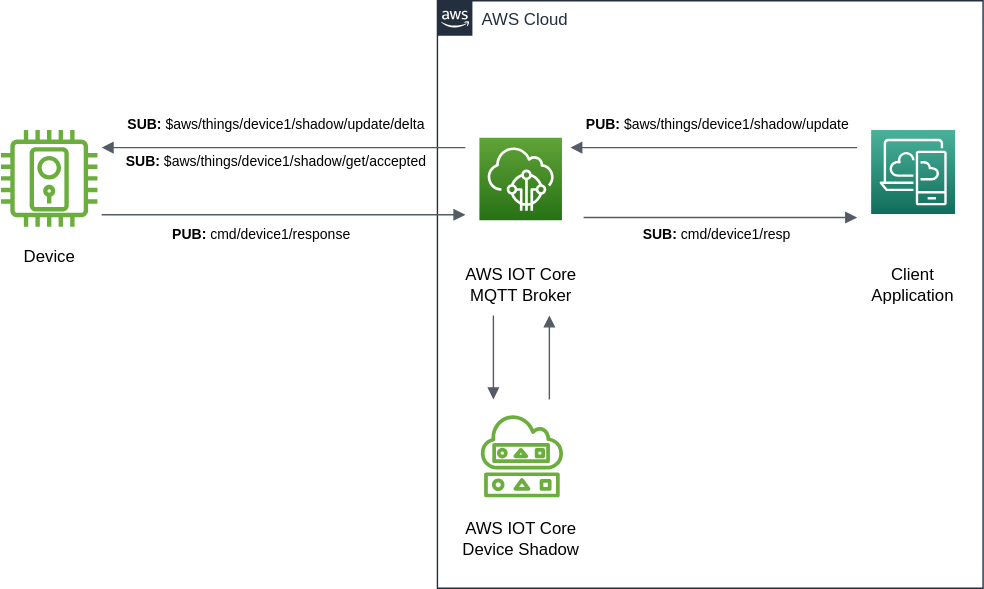
Earlier version of the draw.io export src/hugo/content/en-us/implementations/aws/command/command2/architecture2.svg (aws/iot-atlas). Source tidied: cells renumbered, new cells last; positions are measured from the earlier drawing's top-left corner, leaving out a move shared by most shapes. Source of this version:
```xml
<mxGraphModel>
  <root>
    <mxCell id="0" />
    <mxCell id="1" parent="0" />
    <mxCell id="2" value="AWS Cloud" style="gradientColor=none;html=1;whiteSpace=wrap;fontSize=12;fontStyle=0;shape=mxgraph.aws4.group;grIcon=mxgraph.aws4.group_aws_cloud_alt;strokeColor=#232F3E;fillColor=none;verticalAlign=top;align=left;spacingLeft=30;fontColor=#232F3E;dashed=0;" parent="1" vertex="1">
      <mxGeometry x="312" width="390" height="420" as="geometry" />
    </mxCell>
    <mxCell id="3" style="sketch=0;fontColor=#232F3E;gradientColor=none;fillColor=#6CAE3E;strokeColor=none;dashed=0;verticalLabelPosition=bottom;verticalAlign=top;align=center;html=1;fontSize=12;fontStyle=0;shape=mxgraph.aws4.door_lock;" parent="1" vertex="1">
      <mxGeometry y="92.5" width="69" height="69" as="geometry" />
    </mxCell>
    <mxCell id="4" style="sketch=0;fontColor=#232F3E;gradientColor=#60A337;gradientDirection=north;fillColor=#277116;strokeColor=#ffffff;dashed=0;verticalLabelPosition=bottom;verticalAlign=top;align=center;html=1;fontSize=12;fontStyle=0;shape=mxgraph.aws4.resourceIcon;resIcon=mxgraph.aws4.iot_core;" parent="1" vertex="1">
      <mxGeometry x="342" y="98" width="59" height="59" as="geometry" />
    </mxCell>
    <mxCell id="5" style="sketch=0;fontColor=#232F3E;gradientColor=none;fillColor=#6CAE3E;strokeColor=none;dashed=0;verticalLabelPosition=bottom;verticalAlign=top;align=center;html=1;fontSize=12;fontStyle=0;shape=mxgraph.aws4.shadow;" parent="1" vertex="1">
      <mxGeometry x="342" y="295" width="60.8" height="60" as="geometry" />
    </mxCell>
    <mxCell id="6" style="sketch=0;fontColor=#232F3E;gradientColor=#4AB29A;gradientDirection=north;fillColor=#116D5B;strokeColor=#ffffff;dashed=0;verticalLabelPosition=bottom;verticalAlign=top;align=center;html=1;fontSize=12;fontStyle=0;shape=mxgraph.aws4.resourceIcon;resIcon=mxgraph.aws4.desktop_and_app_streaming;" parent="1" vertex="1">
      <mxGeometry x="622" y="92.5" width="60" height="60" as="geometry" />
    </mxCell>
    <mxCell id="7" style="edgeStyle=orthogonalEdgeStyle;html=1;endArrow=none;elbow=vertical;startArrow=block;startFill=1;strokeColor=#545B64;rounded=0;" parent="1" edge="1">
      <mxGeometry relative="1" as="geometry">
        <mxPoint x="407" y="105" as="sourcePoint" />
        <mxPoint x="612" y="105" as="targetPoint" />
      </mxGeometry>
    </mxCell>
    <mxCell id="8" style="edgeStyle=orthogonalEdgeStyle;html=1;endArrow=none;elbow=vertical;startArrow=block;startFill=1;strokeColor=#545B64;rounded=0;" parent="1" edge="1">
      <mxGeometry relative="1" as="geometry">
        <mxPoint x="352" y="285" as="sourcePoint" />
        <mxPoint x="352" y="225" as="targetPoint" />
        <Array as="points">
          <mxPoint x="352" y="245" />
          <mxPoint x="352" y="245" />
        </Array>
      </mxGeometry>
    </mxCell>
    <mxCell id="9" style="edgeStyle=orthogonalEdgeStyle;html=1;endArrow=none;elbow=vertical;startArrow=block;startFill=1;strokeColor=#545B64;rounded=0;" parent="1" edge="1">
      <mxGeometry relative="1" as="geometry">
        <mxPoint x="72" y="105" as="sourcePoint" />
        <mxPoint x="332" y="105" as="targetPoint" />
      </mxGeometry>
    </mxCell>
    <mxCell id="10" style="edgeStyle=orthogonalEdgeStyle;html=1;endArrow=block;elbow=vertical;startArrow=none;endFill=1;strokeColor=#545B64;rounded=0;" parent="1" edge="1">
      <mxGeometry relative="1" as="geometry">
        <mxPoint x="72" y="153" as="sourcePoint" />
        <mxPoint x="332" y="153" as="targetPoint" />
        <Array as="points">
          <mxPoint x="172" y="153" />
          <mxPoint x="172" y="153" />
        </Array>
      </mxGeometry>
    </mxCell>
    <mxCell id="11" style="edgeStyle=orthogonalEdgeStyle;html=1;endArrow=block;elbow=vertical;startArrow=none;endFill=1;strokeColor=#545B64;rounded=0;" parent="1" edge="1">
      <mxGeometry relative="1" as="geometry">
        <mxPoint x="392" y="285" as="sourcePoint" />
        <mxPoint x="392" y="225" as="targetPoint" />
      </mxGeometry>
    </mxCell>
    <mxCell id="12" style="edgeStyle=orthogonalEdgeStyle;html=1;endArrow=block;elbow=vertical;startArrow=none;endFill=1;strokeColor=#545B64;rounded=0;" parent="1" edge="1">
      <mxGeometry relative="1" as="geometry">
        <mxPoint x="416.5" y="155" as="sourcePoint" />
        <mxPoint x="612" y="155" as="targetPoint" />
      </mxGeometry>
    </mxCell>
    <mxCell id="13" value="&lt;b style=&quot;font-size: 10px;&quot;&gt;PUB:&lt;/b&gt; $aws/things/device1/shadow/update" style="text;html=1;strokeColor=none;fillColor=none;align=center;verticalAlign=middle;whiteSpace=wrap;rounded=0;fontSize=10;" parent="1" vertex="1">
      <mxGeometry x="416.5" y="78" width="191" height="20" as="geometry" />
    </mxCell>
    <mxCell id="14" value="&lt;b style=&quot;font-size: 10px;&quot;&gt;SUB:&lt;/b&gt;&amp;nbsp;$aws/things/device1/shadow/update/delta" style="text;html=1;strokeColor=none;fillColor=none;align=center;verticalAlign=middle;whiteSpace=wrap;rounded=0;fontSize=10;" parent="1" vertex="1">
      <mxGeometry x="112" y="78" width="170" height="20" as="geometry" />
    </mxCell>
    <mxCell id="15" value="AWS IOT Core MQTT Broker&lt;br&gt;" style="text;html=1;strokeColor=none;fillColor=none;align=center;verticalAlign=middle;whiteSpace=wrap;rounded=0;" parent="1" vertex="1">
      <mxGeometry x="326.5" y="192.5" width="90" height="20" as="geometry" />
    </mxCell>
    <mxCell id="16" value="AWS IOT Core Device Shadow" style="text;html=1;strokeColor=none;fillColor=none;align=center;verticalAlign=middle;whiteSpace=wrap;rounded=0;fontSize=12;" parent="1" vertex="1">
      <mxGeometry x="326.5" y="375" width="90" height="20" as="geometry" />
    </mxCell>
    <mxCell id="17" value="Client Application" style="text;html=1;strokeColor=none;fillColor=none;align=center;verticalAlign=middle;whiteSpace=wrap;rounded=0;fontSize=12;" parent="1" vertex="1">
      <mxGeometry x="622" y="192.5" width="60" height="20" as="geometry" />
    </mxCell>
    <mxCell id="18" value="Device" style="text;html=1;strokeColor=none;fillColor=none;align=center;verticalAlign=middle;whiteSpace=wrap;rounded=0;fontSize=12;" parent="1" vertex="1">
      <mxGeometry x="14.5" y="172.5" width="40" height="20" as="geometry" />
    </mxCell>
    <mxCell id="19" value="&lt;b style=&quot;font-size: 10px&quot;&gt;PUB:&lt;/b&gt; cmd/device1/response" style="text;html=1;strokeColor=none;fillColor=none;align=center;verticalAlign=middle;whiteSpace=wrap;rounded=0;fontSize=10;" parent="1" vertex="1">
      <mxGeometry x="91" y="157" width="191" height="20" as="geometry" />
    </mxCell>
    <mxCell id="20" value="&lt;b style=&quot;font-size: 10px&quot;&gt;SUB:&lt;/b&gt;&amp;nbsp;cmd/device1/resp" style="text;html=1;strokeColor=none;fillColor=none;align=center;verticalAlign=middle;whiteSpace=wrap;rounded=0;fontSize=10;" parent="1" vertex="1">
      <mxGeometry x="427" y="157" width="170" height="20" as="geometry" />
    </mxCell>
    <mxCell id="21" value="&lt;b style=&quot;font-size: 10px&quot;&gt;SUB:&lt;/b&gt;&amp;nbsp;$aws/things/device1/shadow/get/accepted" style="text;html=1;strokeColor=none;fillColor=none;align=center;verticalAlign=middle;whiteSpace=wrap;rounded=0;fontSize=10;" parent="1" vertex="1">
      <mxGeometry x="112" y="105" width="170" height="20" as="geometry" />
    </mxCell>
  </root>
</mxGraphModel>
```
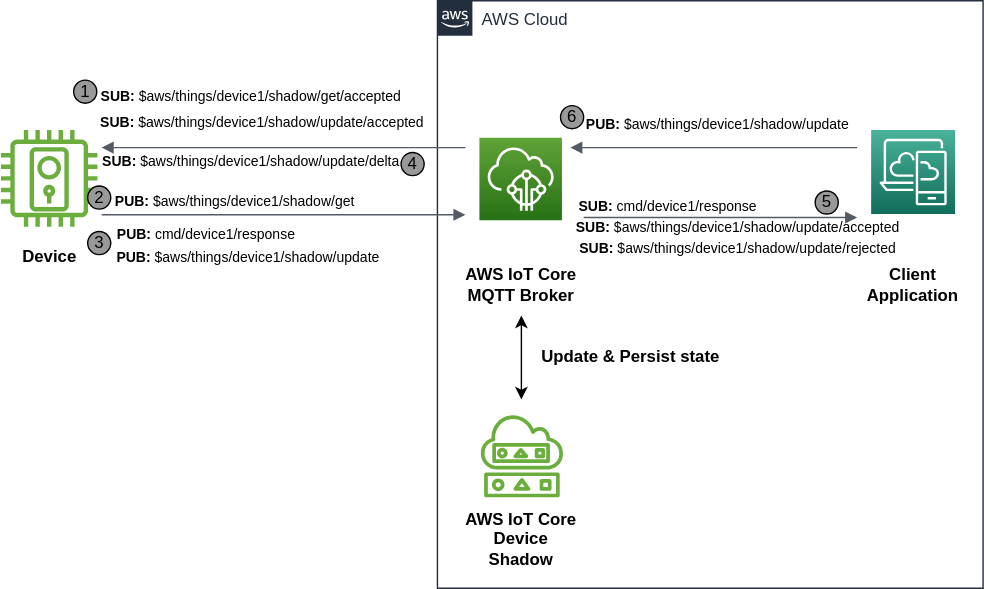
After the change.

The edit, as a diff of the source:
```diff
@@ -23,16 +23,6 @@
         <mxPoint x="612" y="105" as="targetPoint" />
       </mxGeometry>
     </mxCell>
-    <mxCell id="8" style="edgeStyle=orthogonalEdgeStyle;html=1;endArrow=none;elbow=vertical;startArrow=block;startFill=1;strokeColor=#545B64;rounded=0;" parent="1" edge="1">
-      <mxGeometry relative="1" as="geometry">
-        <mxPoint x="352" y="285" as="sourcePoint" />
-        <mxPoint x="352" y="225" as="targetPoint" />
-        <Array as="points">
-          <mxPoint x="352" y="245" />
-          <mxPoint x="352" y="245" />
-        </Array>
-      </mxGeometry>
-    </mxCell>
     <mxCell id="9" style="edgeStyle=orthogonalEdgeStyle;html=1;endArrow=none;elbow=vertical;startArrow=block;startFill=1;strokeColor=#545B64;rounded=0;" parent="1" edge="1">
       <mxGeometry relative="1" as="geometry">
         <mxPoint x="72" y="105" as="sourcePoint" />
@@ -49,12 +39,6 @@
         </Array>
       </mxGeometry>
     </mxCell>
-    <mxCell id="11" style="edgeStyle=orthogonalEdgeStyle;html=1;endArrow=block;elbow=vertical;startArrow=none;endFill=1;strokeColor=#545B64;rounded=0;" parent="1" edge="1">
-      <mxGeometry relative="1" as="geometry">
-        <mxPoint x="392" y="285" as="sourcePoint" />
-        <mxPoint x="392" y="225" as="targetPoint" />
-      </mxGeometry>
-    </mxCell>
     <mxCell id="12" style="edgeStyle=orthogonalEdgeStyle;html=1;endArrow=block;elbow=vertical;startArrow=none;endFill=1;strokeColor=#545B64;rounded=0;" parent="1" edge="1">
       <mxGeometry relative="1" as="geometry">
         <mxPoint x="416.5" y="155" as="sourcePoint" />
@@ -64,29 +48,71 @@
     <mxCell id="13" value="&lt;b style=&quot;font-size: 10px;&quot;&gt;PUB:&lt;/b&gt; $aws/things/device1/shadow/update" style="text;html=1;strokeColor=none;fillColor=none;align=center;verticalAlign=middle;whiteSpace=wrap;rounded=0;fontSize=10;" parent="1" vertex="1">
       <mxGeometry x="416.5" y="78" width="191" height="20" as="geometry" />
     </mxCell>
-    <mxCell id="14" value="&lt;b style=&quot;font-size: 10px;&quot;&gt;SUB:&lt;/b&gt;&amp;nbsp;$aws/things/device1/shadow/update/delta" style="text;html=1;strokeColor=none;fillColor=none;align=center;verticalAlign=middle;whiteSpace=wrap;rounded=0;fontSize=10;" parent="1" vertex="1">
-      <mxGeometry x="112" y="78" width="170" height="20" as="geometry" />
+    <mxCell id="14" value="&lt;b style=&quot;font-size: 10px&quot;&gt;SUB:&lt;/b&gt;&amp;nbsp;$aws/things/device1/shadow/update/accepted" style="text;html=1;strokeColor=none;fillColor=none;align=center;verticalAlign=middle;whiteSpace=wrap;rounded=0;fontSize=10;" parent="1" vertex="1">
+      <mxGeometry x="92" y="75" width="190" height="23" as="geometry" />
     </mxCell>
-    <mxCell id="15" value="AWS IOT Core MQTT Broker&lt;br&gt;" style="text;html=1;strokeColor=none;fillColor=none;align=center;verticalAlign=middle;whiteSpace=wrap;rounded=0;" parent="1" vertex="1">
+    <mxCell id="15" value="AWS IoT Core MQTT Broker" style="text;html=1;strokeColor=none;fillColor=none;align=center;verticalAlign=middle;whiteSpace=wrap;rounded=0;fontStyle=1;" parent="1" vertex="1">
       <mxGeometry x="326.5" y="192.5" width="90" height="20" as="geometry" />
     </mxCell>
-    <mxCell id="16" value="AWS IOT Core Device Shadow" style="text;html=1;strokeColor=none;fillColor=none;align=center;verticalAlign=middle;whiteSpace=wrap;rounded=0;fontSize=12;" parent="1" vertex="1">
+    <mxCell id="16" value="AWS IoT Core Device Shadow" style="text;html=1;strokeColor=none;fillColor=none;align=center;verticalAlign=middle;whiteSpace=wrap;rounded=0;fontSize=12;fontStyle=1;" parent="1" vertex="1">
       <mxGeometry x="326.5" y="375" width="90" height="20" as="geometry" />
     </mxCell>
-    <mxCell id="17" value="Client Application" style="text;html=1;strokeColor=none;fillColor=none;align=center;verticalAlign=middle;whiteSpace=wrap;rounded=0;fontSize=12;" parent="1" vertex="1">
+    <mxCell id="17" value="Client Application" style="text;html=1;strokeColor=none;fillColor=none;align=center;verticalAlign=middle;whiteSpace=wrap;rounded=0;fontSize=12;fontStyle=1;" parent="1" vertex="1">
       <mxGeometry x="622" y="192.5" width="60" height="20" as="geometry" />
     </mxCell>
-    <mxCell id="18" value="Device" style="text;html=1;strokeColor=none;fillColor=none;align=center;verticalAlign=middle;whiteSpace=wrap;rounded=0;fontSize=12;" parent="1" vertex="1">
+    <mxCell id="18" value="Device" style="text;html=1;strokeColor=none;fillColor=none;align=center;verticalAlign=middle;whiteSpace=wrap;rounded=0;fontSize=12;fontStyle=1;" parent="1" vertex="1">
       <mxGeometry x="14.5" y="172.5" width="40" height="20" as="geometry" />
     </mxCell>
     <mxCell id="19" value="&lt;b style=&quot;font-size: 10px&quot;&gt;PUB:&lt;/b&gt; cmd/device1/response" style="text;html=1;strokeColor=none;fillColor=none;align=center;verticalAlign=middle;whiteSpace=wrap;rounded=0;fontSize=10;" parent="1" vertex="1">
-      <mxGeometry x="91" y="157" width="191" height="20" as="geometry" />
+      <mxGeometry x="42" y="157" width="210" height="20" as="geometry" />
     </mxCell>
-    <mxCell id="20" value="&lt;b style=&quot;font-size: 10px&quot;&gt;SUB:&lt;/b&gt;&amp;nbsp;cmd/device1/resp" style="text;html=1;strokeColor=none;fillColor=none;align=center;verticalAlign=middle;whiteSpace=wrap;rounded=0;fontSize=10;" parent="1" vertex="1">
-      <mxGeometry x="427" y="157" width="170" height="20" as="geometry" />
+    <mxCell id="20" value="&lt;b style=&quot;font-size: 10px&quot;&gt;SUB:&lt;/b&gt;&amp;nbsp;cmd/device1/response" style="text;html=1;strokeColor=none;fillColor=none;align=center;verticalAlign=middle;whiteSpace=wrap;rounded=0;fontSize=10;" parent="1" vertex="1">
+      <mxGeometry x="402" y="137" width="150" height="20" as="geometry" />
     </mxCell>
     <mxCell id="21" value="&lt;b style=&quot;font-size: 10px&quot;&gt;SUB:&lt;/b&gt;&amp;nbsp;$aws/things/device1/shadow/get/accepted" style="text;html=1;strokeColor=none;fillColor=none;align=center;verticalAlign=middle;whiteSpace=wrap;rounded=0;fontSize=10;" parent="1" vertex="1">
-      <mxGeometry x="112" y="105" width="170" height="20" as="geometry" />
+      <mxGeometry x="79" y="58" width="200" height="20" as="geometry" />
     </mxCell>
+    <mxCell id="22" value="1" style="ellipse;whiteSpace=wrap;html=1;strokeColor=#000000;fillColor=#999999;" parent="1" vertex="1">
+      <mxGeometry x="52" y="56.8" width="16.5" height="16.5" as="geometry" />
+    </mxCell>
+    <mxCell id="23" value="&lt;b style=&quot;font-size: 10px;&quot;&gt;SUB:&lt;/b&gt;&amp;nbsp;$aws/things/device1/shadow/update/delta" style="text;html=1;strokeColor=none;fillColor=none;align=center;verticalAlign=middle;whiteSpace=wrap;rounded=0;fontSize=10;" parent="1" vertex="1">
+      <mxGeometry x="72" y="105" width="214" height="20" as="geometry" />
+    </mxCell>
+    <mxCell id="24" value="&lt;b style=&quot;font-size: 10px&quot;&gt;PUB:&lt;/b&gt; $aws/things/device1/shadow/get" style="text;html=1;strokeColor=none;fillColor=none;align=center;verticalAlign=middle;whiteSpace=wrap;rounded=0;fontSize=10;" parent="1" vertex="1">
+      <mxGeometry x="62" y="132.5" width="211" height="20" as="geometry" />
+    </mxCell>
+    <mxCell id="25" value="&lt;b style=&quot;font-size: 10px&quot;&gt;PUB:&lt;/b&gt; $aws/things/device1/shadow/update" style="text;html=1;strokeColor=none;fillColor=none;align=center;verticalAlign=middle;whiteSpace=wrap;rounded=0;fontSize=10;" parent="1" vertex="1">
+      <mxGeometry x="73.5" y="172.5" width="205.5" height="20" as="geometry" />
+    </mxCell>
+    <mxCell id="26" value="2" style="ellipse;whiteSpace=wrap;html=1;strokeColor=#000000;fillColor=#999999;" parent="1" vertex="1">
+      <mxGeometry x="62" y="132.5" width="16.5" height="16.5" as="geometry" />
+    </mxCell>
+    <mxCell id="27" value="3" style="ellipse;whiteSpace=wrap;html=1;strokeColor=#000000;fillColor=#999999;" parent="1" vertex="1">
+      <mxGeometry x="62" y="165" width="16.5" height="16.5" as="geometry" />
+    </mxCell>
+    <mxCell id="28" value="4" style="ellipse;whiteSpace=wrap;html=1;strokeColor=#000000;fillColor=#999999;" parent="1" vertex="1">
+      <mxGeometry x="286" y="108.5" width="16.5" height="16.5" as="geometry" />
+    </mxCell>
+    <mxCell id="29" value="6" style="ellipse;whiteSpace=wrap;html=1;strokeColor=#000000;fillColor=#999999;" parent="1" vertex="1">
+      <mxGeometry x="400" y="75" width="16.5" height="16.5" as="geometry" />
+    </mxCell>
+    <mxCell id="30" value="&lt;b style=&quot;font-size: 10px&quot;&gt;SUB:&lt;/b&gt;&amp;nbsp;$aws/things/device1/shadow/update/accepted" style="text;html=1;strokeColor=none;fillColor=none;align=center;verticalAlign=middle;whiteSpace=wrap;rounded=0;fontSize=10;" parent="1" vertex="1">
+      <mxGeometry x="432" y="150.8" width="190" height="23" as="geometry" />
+    </mxCell>
+    <mxCell id="31" value="&lt;b style=&quot;font-size: 10px&quot;&gt;SUB:&lt;/b&gt;&amp;nbsp;$aws/things/device1/shadow/update/rejected" style="text;html=1;strokeColor=none;fillColor=none;align=center;verticalAlign=middle;whiteSpace=wrap;rounded=0;fontSize=10;" parent="1" vertex="1">
+      <mxGeometry x="422" y="165" width="210" height="23" as="geometry" />
+    </mxCell>
+    <mxCell id="32" value="5" style="ellipse;whiteSpace=wrap;html=1;strokeColor=#000000;fillColor=#999999;" parent="1" vertex="1">
+      <mxGeometry x="582" y="136" width="16.5" height="16.5" as="geometry" />
+    </mxCell>
+    <mxCell id="33" style="endArrow=classic;startArrow=classic;html=1;" parent="1" edge="1">
+      <mxGeometry relative="1" as="geometry">
+        <mxPoint x="372" y="285" as="sourcePoint" />
+        <mxPoint x="372" y="225" as="targetPoint" />
+      </mxGeometry>
+    </mxCell>
+    <mxCell id="34" value="Update &amp;amp; Persist state&amp;nbsp;" style="text;html=1;strokeColor=none;fillColor=none;align=center;verticalAlign=middle;whiteSpace=wrap;rounded=0;fontStyle=1;" parent="1" vertex="1">
+      <mxGeometry x="382" y="245" width="140" height="20" as="geometry" />
+    </mxCell>
   </root>
 </mxGraphModel>
```
